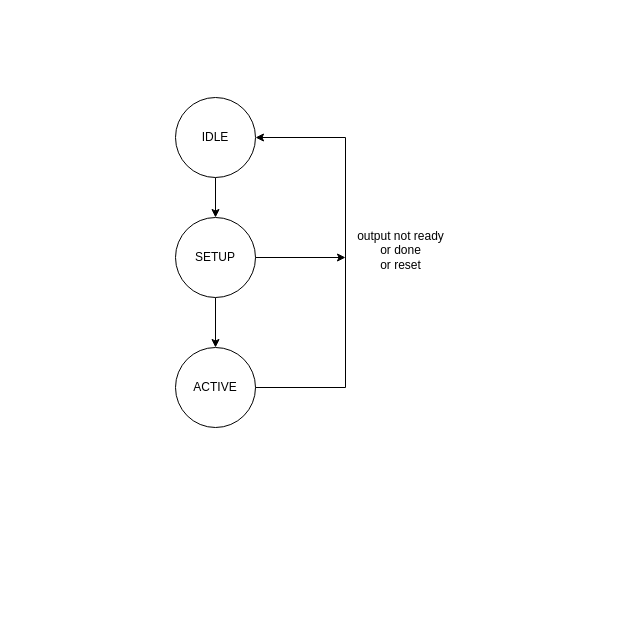
Before: drawings/State_Machine.drawio in sabarioded/Hardware_for_Digital_Video_Motion_Detector, a draw.io diagram. Source tidied: cells renumbered, new cells numbered last; positions are measured from the earlier drawing's top-left corner, leaving out a move shared by most shapes. Both pictures are drawn from the tidied source at 100%, with x=0, y=0 at pixel (175, 97).
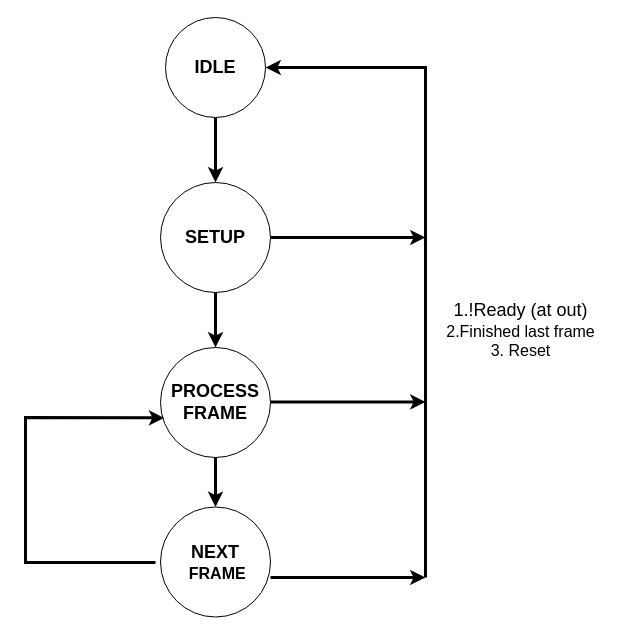
Above is the later version.

Change to the diagram source:
```diff
@@
-    <mxCell id="2" style="edgeStyle=orthogonalEdgeStyle;rounded=0;jettySize=auto;html=1;" parent="1" edge="1" source="3" target="5">
+    <mxCell id="2" style="edgeStyle=orthogonalEdgeStyle;rounded=0;jettySize=auto;html=1;strokeWidth=3;" parent="1" edge="1" source="3" target="5">
       <mxGeometry relative="1" as="geometry" />
     </mxCell>
-    <mxCell id="3" value="IDLE" style="ellipse;whiteSpace=wrap;html=1;" parent="1" vertex="1">
-      <mxGeometry width="80" height="80" as="geometry" />
+    <mxCell id="3" value="&lt;font style=&quot;font-size: 18px;&quot;&gt;&lt;b&gt;IDLE&lt;/b&gt;&lt;/font&gt;" style="ellipse;whiteSpace=wrap;html=1;" parent="1" vertex="1">
+      <mxGeometry x="-10" y="-80" width="100" height="100" as="geometry" />
     </mxCell>
-    <mxCell id="4" style="edgeStyle=orthogonalEdgeStyle;rounded=0;jettySize=auto;html=1;" parent="1" edge="1" source="5" target="6">
+    <mxCell id="4" style="edgeStyle=orthogonalEdgeStyle;rounded=0;jettySize=auto;html=1;strokeWidth=3;" parent="1" edge="1" source="5" target="6">
       <mxGeometry relative="1" as="geometry" />
     </mxCell>
-    <mxCell id="5" value="SETUP" style="ellipse;whiteSpace=wrap;html=1;" parent="1" vertex="1">
-      <mxGeometry y="120" width="80" height="80" as="geometry" />
+    <mxCell id="5" value="&lt;font style=&quot;font-size: 18px;&quot;&gt;&lt;b&gt;SETUP&lt;/b&gt;&lt;/font&gt;" style="ellipse;whiteSpace=wrap;html=1;" parent="1" vertex="1">
+      <mxGeometry x="-15" y="85" width="110" height="110" as="geometry" />
     </mxCell>
-    <mxCell id="6" value="ACTIVE" style="ellipse;whiteSpace=wrap;html=1;" parent="1" vertex="1">
-      <mxGeometry y="250" width="80" height="80" as="geometry" />
+    <mxCell id="6" value="&lt;font style=&quot;font-size: 18px;&quot;&gt;&lt;b&gt;PROCESS FRAME&lt;/b&gt;&lt;/font&gt;" style="ellipse;whiteSpace=wrap;html=1;" parent="1" vertex="1">
+      <mxGeometry x="-15" y="250" width="110" height="110" as="geometry" />
     </mxCell>
-    <mxCell id="7" style="endArrow=classic;html=1;rounded=0;exitX=1;exitY=0.5;exitDx=0;exitDy=0;entryX=1;entryY=0.5;entryDx=0;entryDy=0;" parent="1" edge="1" source="6" target="3">
+    <mxCell id="7" style="endArrow=classic;html=1;rounded=0;entryX=1;entryY=0.5;entryDx=0;entryDy=0;strokeWidth=3;" parent="1" edge="1">
       <mxGeometry relative="1" as="geometry">
+        <mxPoint x="250" y="480" as="sourcePoint" />
+        <mxPoint x="90" y="-30" as="targetPoint" />
         <Array as="points">
-          <mxPoint x="170" y="290" />
-          <mxPoint x="170" y="40" />
+          <mxPoint x="250" y="220" />
+          <mxPoint x="250" y="-30" />
         </Array>
       </mxGeometry>
     </mxCell>
-    <mxCell id="8" style="endArrow=classic;html=1;rounded=0;exitX=1;exitY=0.5;exitDx=0;exitDy=0;" parent="1" edge="1" source="5">
+    <mxCell id="8" style="endArrow=classic;html=1;rounded=0;exitX=1;exitY=0.5;exitDx=0;exitDy=0;strokeWidth=3;" parent="1" edge="1" source="5">
       <mxGeometry relative="1" as="geometry">
-        <mxPoint x="170" y="160" as="targetPoint" />
+        <mxPoint x="250" y="140" as="targetPoint" />
       </mxGeometry>
     </mxCell>
-    <mxCell id="9" value="output not ready&lt;div&gt;or done&lt;/div&gt;&lt;div&gt;or reset&lt;br&gt;&lt;div&gt;&lt;br&gt;&lt;/div&gt;&lt;/div&gt;" style="text;html=1;align=center;verticalAlign=middle;strokeColor=none;fillColor=none;" parent="1" vertex="1">
-      <mxGeometry x="170" y="125" width="110" height="70" as="geometry" />
+    <mxCell id="9" value="&lt;font style=&quot;font-size: 18px;&quot;&gt;1.!Ready (at out)&lt;br&gt;&lt;/font&gt;&lt;div&gt;&lt;font size=&quot;3&quot;&gt;2.Finished last frame&lt;/font&gt;&lt;/div&gt;&lt;div&gt;&lt;font size=&quot;3&quot;&gt;3. Reset&lt;br&gt;&lt;/font&gt;&lt;div&gt;&lt;br&gt;&lt;/div&gt;&lt;/div&gt;" style="text;html=1;align=center;verticalAlign=middle;strokeColor=none;fillColor=none;" parent="1" vertex="1">
+      <mxGeometry x="260" y="195" width="170" height="90" as="geometry" />
     </mxCell>
+    <mxCell id="10" value="&lt;font style=&quot;font-size: 18px;&quot;&gt;&lt;b&gt;NEXT&lt;/b&gt;&lt;/font&gt;&lt;div&gt;&lt;font size=&quot;3&quot;&gt;&lt;b&gt;&amp;nbsp;FRAME&lt;/b&gt;&lt;/font&gt;&lt;/div&gt;" style="ellipse;whiteSpace=wrap;html=1;" parent="1" vertex="1">
+      <mxGeometry x="-15" y="409.5" width="110" height="110" as="geometry" />
+    </mxCell>
+    <mxCell id="11" style="edgeStyle=orthogonalEdgeStyle;rounded=0;jettySize=auto;html=1;entryX=0.5;entryY=0;entryDx=0;entryDy=0;strokeWidth=3;exitX=0.5;exitY=1;exitDx=0;exitDy=0;" parent="1" edge="1" source="6" target="10">
+      <mxGeometry relative="1" as="geometry" />
+    </mxCell>
+    <mxCell id="12" style="endArrow=classic;html=1;rounded=0;exitX=1;exitY=0.5;exitDx=0;exitDy=0;strokeWidth=3;" parent="1" edge="1">
+      <mxGeometry relative="1" as="geometry">
+        <mxPoint x="95" y="480" as="sourcePoint" />
+        <mxPoint x="250" y="480" as="targetPoint" />
+      </mxGeometry>
+    </mxCell>
+    <mxCell id="13" style="endArrow=classic;html=1;rounded=0;exitX=1;exitY=0.5;exitDx=0;exitDy=0;strokeWidth=3;" parent="1" edge="1">
+      <mxGeometry relative="1" as="geometry">
+        <mxPoint x="95" y="304.4" as="sourcePoint" />
+        <mxPoint x="250" y="304.4" as="targetPoint" />
+      </mxGeometry>
+    </mxCell>
+    <mxCell id="14" style="endArrow=classic;html=1;rounded=0;entryX=0.034;entryY=0.64;entryDx=0;entryDy=0;entryPerimeter=0;strokeWidth=3;" parent="1" edge="1" target="6">
+      <mxGeometry relative="1" as="geometry">
+        <mxPoint x="-20" y="465" as="sourcePoint" />
+        <Array as="points">
+          <mxPoint x="-150" y="465" />
+          <mxPoint x="-150" y="320" />
+        </Array>
+      </mxGeometry>
+    </mxCell>
```
